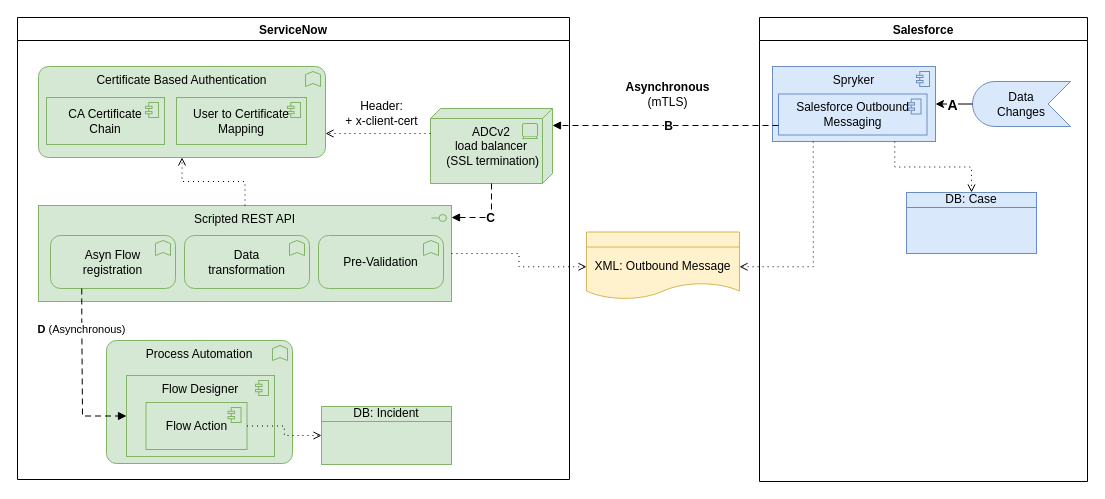
Above: page "Spryker2SN" (3 of 3) of SNowSprykerRequest.drawio in algimas/tmp (draw.io), before the change. Source tidied: cells renumbered, new cells numbered last; positions are measured from the earlier drawing's top-left corner, leaving out a move shared by most shapes. Both pictures are drawn from the tidied source at 100%, with x=0, y=0 at pixel (17, 17).
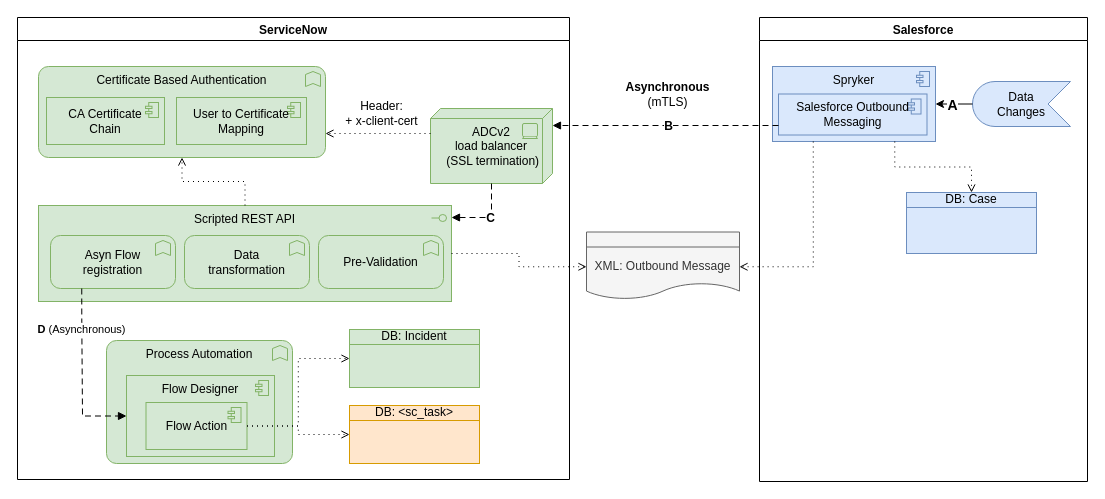
The same page after the edit.

Unchanged cells that the change refers to:
```xml
<mxCell id="5" value="ServiceNow" style="swimlane;" parent="1" vertex="1">
  <mxGeometry width="552" height="462" as="geometry" />
</mxCell>
<mxCell id="30" value="Flow Action" style="html=1;outlineConnect=0;whiteSpace=wrap;fillColor=#d5e8d4;shape=mxgraph.archimate3.application;appType=comp;archiType=square;strokeColor=#82b366;verticalAlign=middle;" parent="1" vertex="1">
  <mxGeometry x="128.5" y="385" width="101" height="47" as="geometry" />
</mxCell>
```

Change to the diagram source:
```diff
@@
+    <mxCell id="36" value="DB: Incident" style="html=1;outlineConnect=0;whiteSpace=wrap;fillColor=#d5e8d4;shape=mxgraph.archimate3.businessObject;overflow=fill;strokeColor=#82b366;" parent="5" vertex="1">
+      <mxGeometry x="332" y="312" width="130" height="58" as="geometry" />
+    </mxCell>
+    <mxCell id="31" value="DB: &amp;lt;sc_task&amp;gt;" style="html=1;outlineConnect=0;whiteSpace=wrap;fillColor=#ffe6cc;shape=mxgraph.archimate3.businessObject;overflow=fill;strokeColor=#d79b00;" parent="5" vertex="1">
+      <mxGeometry x="332" y="388" width="130" height="58" as="geometry" />
+    </mxCell>
@@
-    <mxCell id="26" value="&lt;div style=&quot;font-size: 12px;&quot;&gt;XML: Outbound Message&lt;/div&gt;" style="html=1;outlineConnect=0;whiteSpace=wrap;fillColor=#fff2cc;shape=mxgraph.archimate3.representation;fontSize=12;align=center;strokeColor=#d6b656;" parent="1" vertex="1">
+    <mxCell id="26" value="&lt;div style=&quot;font-size: 12px;&quot;&gt;XML: Outbound Message&lt;/div&gt;" style="html=1;outlineConnect=0;whiteSpace=wrap;fillColor=#f5f5f5;shape=mxgraph.archimate3.representation;fontSize=12;align=center;strokeColor=#666666;fontColor=#333333;" parent="1" vertex="1">
       <mxGeometry x="569" y="214.5" width="153" height="69.5" as="geometry" />
     </mxCell>
@@
-    <mxCell id="31" value="DB: Incident" style="html=1;outlineConnect=0;whiteSpace=wrap;fillColor=#d5e8d4;shape=mxgraph.archimate3.businessObject;overflow=fill;strokeColor=#82b366;" parent="1" vertex="1">
-      <mxGeometry x="304" y="389" width="130" height="58" as="geometry" />
-    </mxCell>
@@
+    <mxCell id="37" style="edgeStyle=orthogonalEdgeStyle;html=1;endArrow=open;elbow=vertical;endFill=0;dashed=1;dashPattern=1 4;rounded=0;fillColor=#80b6a1;entryX=0;entryY=0.5;entryDx=0;entryDy=0;entryPerimeter=0;exitX=1;exitY=0.5;exitDx=0;exitDy=0;exitPerimeter=0;" parent="1" edge="1" source="30" target="36">
+      <mxGeometry relative="1" as="geometry" />
+    </mxCell>
```
